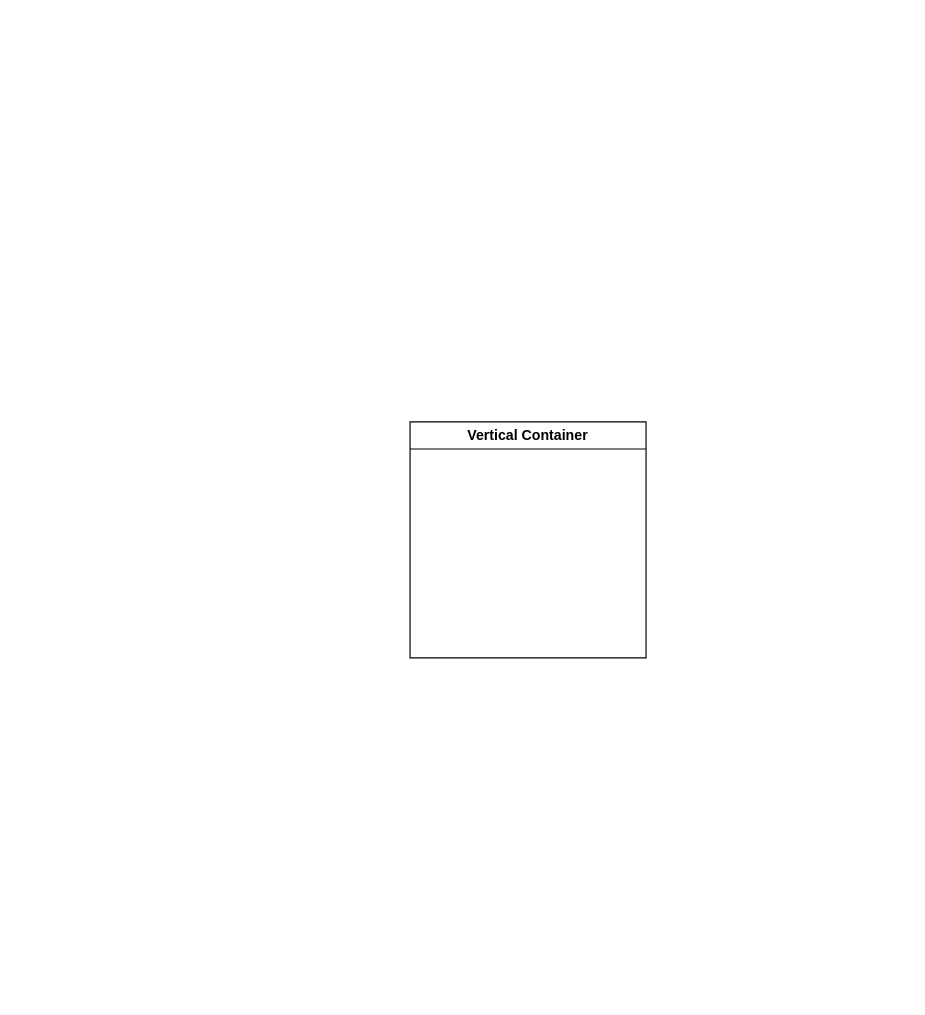
Above: 未命名绘图.drawio in yupeng2015/draw (draw.io), before the change. Source tidied: cells renumbered, new cells numbered last; positions are measured from the earlier drawing's top-left corner, leaving out a move shared by most shapes. Both pictures are drawn from the tidied source at 118%, with x=0, y=0 at pixel (409, 421).
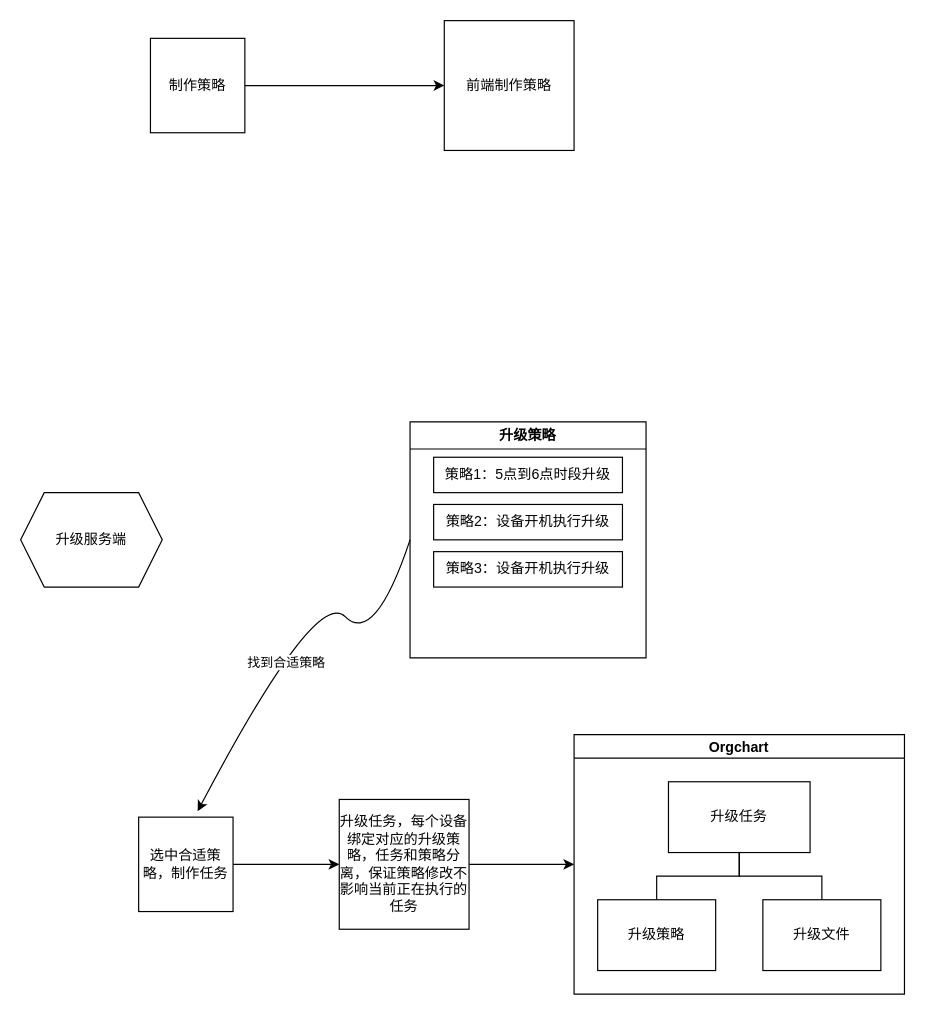
The same page after the edit.

Commit message:
更新未命名绘图.drawio

The edit, as a diff of the source:
```diff
@@
-    <mxCell id="2" value="Vertical Container" style="swimlane;whiteSpace=wrap;html=1;" parent="1" vertex="1">
+    <mxCell id="2" value="升级策略" style="swimlane;whiteSpace=wrap;html=1;" parent="1" vertex="1">
       <mxGeometry width="200" height="200" as="geometry" />
     </mxCell>
+    <mxCell id="3" value="策略1：5点到6点时段升级" style="rounded=0;whiteSpace=wrap;html=1;" parent="2" vertex="1">
+      <mxGeometry x="20" y="30" width="160" height="30" as="geometry" />
+    </mxCell>
+    <mxCell id="4" value="策略2：设备开机执行升级" style="rounded=0;whiteSpace=wrap;html=1;" parent="2" vertex="1">
+      <mxGeometry x="20" y="70" width="160" height="30" as="geometry" />
+    </mxCell>
+    <mxCell id="5" value="策略3：设备开机执行升级" style="rounded=0;whiteSpace=wrap;html=1;" parent="2" vertex="1">
+      <mxGeometry x="20" y="110" width="160" height="30" as="geometry" />
+    </mxCell>
+    <mxCell id="6" value="前端制作策略" style="whiteSpace=wrap;html=1;" parent="1" vertex="1">
+      <mxGeometry x="29" y="-340" width="110" height="110" as="geometry" />
+    </mxCell>
+    <mxCell id="7" value="升级服务端" style="shape=hexagon;perimeter=hexagonPerimeter2;whiteSpace=wrap;html=1;fixedSize=1;" parent="1" vertex="1">
+      <mxGeometry x="-330" y="60" width="120" height="80" as="geometry" />
+    </mxCell>
+    <mxCell id="8" style="edgeStyle=orthogonalEdgeStyle;rounded=0;jettySize=auto;html=1;exitX=1;exitY=0.5;exitDx=0;exitDy=0;" parent="1" edge="1" source="9" target="6">
+      <mxGeometry relative="1" as="geometry" />
+    </mxCell>
+    <mxCell id="9" value="制作策略" style="whiteSpace=wrap;html=1;" parent="1" vertex="1">
+      <mxGeometry x="-220" y="-325" width="80" height="80" as="geometry" />
+    </mxCell>
+    <mxCell id="10" style="edgeStyle=orthogonalEdgeStyle;rounded=0;jettySize=auto;html=1;entryX=0;entryY=0.5;entryDx=0;entryDy=0;" parent="1" edge="1" source="11" target="13">
+      <mxGeometry relative="1" as="geometry" />
+    </mxCell>
+    <mxCell id="11" value="选中合适策略，制作任务" style="whiteSpace=wrap;html=1;" parent="1" vertex="1">
+      <mxGeometry x="-230" y="335" width="80" height="80" as="geometry" />
+    </mxCell>
+    <mxCell id="12" style="edgeStyle=orthogonalEdgeStyle;rounded=0;jettySize=auto;html=1;entryX=0;entryY=0.5;entryDx=0;entryDy=0;" parent="1" edge="1" source="13" target="16">
+      <mxGeometry relative="1" as="geometry" />
+    </mxCell>
+    <mxCell id="13" value="升级任务，每个设备绑定对应的升级策略，任务和策略分离，保证策略修改不影响当前正在执行的任务" style="whiteSpace=wrap;html=1;" parent="1" vertex="1">
+      <mxGeometry x="-60" y="320" width="110" height="110" as="geometry" />
+    </mxCell>
+    <mxCell id="14" style="curved=1;endArrow=classic;html=1;rounded=0;exitX=0;exitY=0.5;exitDx=0;exitDy=0;" parent="1" edge="1" source="2">
+      <mxGeometry relative="1" as="geometry">
+        <mxPoint x="-180" y="330" as="targetPoint" />
+        <Array as="points">
+          <mxPoint x="-30" y="190" />
+          <mxPoint x="-80" y="140" />
+        </Array>
+      </mxGeometry>
+    </mxCell>
+    <mxCell id="15" value="找到合适策略" style="edgeLabel;html=1;align=center;verticalAlign=middle;" parent="14" vertex="1">
+      <mxGeometry x="0.23" y="7" relative="1" as="geometry" />
+    </mxCell>
+    <mxCell id="16" value="Orgchart" style="swimlane;startSize=20;horizontal=1;containerType=tree;newEdgeStyle={&quot;edgeStyle&quot;:&quot;elbowEdgeStyle&quot;,&quot;startArrow&quot;:&quot;none&quot;,&quot;endArrow&quot;:&quot;none&quot;};" parent="1" vertex="1">
+      <mxGeometry x="139" y="265" width="280" height="220" as="geometry" />
+    </mxCell>
+    <mxCell id="17" style="edgeStyle=elbowEdgeStyle;elbow=vertical;sourcePerimeterSpacing=0;targetPerimeterSpacing=0;startArrow=none;endArrow=none;rounded=0;curved=0;" parent="16" edge="1" source="19" target="20">
+      <mxGeometry relative="1" as="geometry" />
+    </mxCell>
+    <mxCell id="18" style="edgeStyle=elbowEdgeStyle;elbow=vertical;sourcePerimeterSpacing=0;targetPerimeterSpacing=0;startArrow=none;endArrow=none;rounded=0;curved=0;" parent="16" edge="1" source="19" target="21">
+      <mxGeometry relative="1" as="geometry" />
+    </mxCell>
+    <mxCell id="19" value="升级任务" style="whiteSpace=wrap;html=1;align=center;newEdgeStyle={&quot;edgeStyle&quot;:&quot;elbowEdgeStyle&quot;,&quot;startArrow&quot;:&quot;none&quot;,&quot;endArrow&quot;:&quot;none&quot;};" parent="16" vertex="1">
+      <mxGeometry x="80" y="40" width="120" height="60" as="geometry" />
+    </mxCell>
+    <mxCell id="20" value="升级策略" style="whiteSpace=wrap;html=1;align=center;verticalAlign=middle;newEdgeStyle={&quot;edgeStyle&quot;:&quot;elbowEdgeStyle&quot;,&quot;startArrow&quot;:&quot;none&quot;,&quot;endArrow&quot;:&quot;none&quot;};" parent="16" vertex="1">
+      <mxGeometry x="20" y="140" width="100" height="60" as="geometry" />
+    </mxCell>
+    <mxCell id="21" value="升级文件" style="whiteSpace=wrap;html=1;align=center;verticalAlign=middle;newEdgeStyle={&quot;edgeStyle&quot;:&quot;elbowEdgeStyle&quot;,&quot;startArrow&quot;:&quot;none&quot;,&quot;endArrow&quot;:&quot;none&quot;};" parent="16" vertex="1">
+      <mxGeometry x="160" y="140" width="100" height="60" as="geometry" />
+    </mxCell>
```
